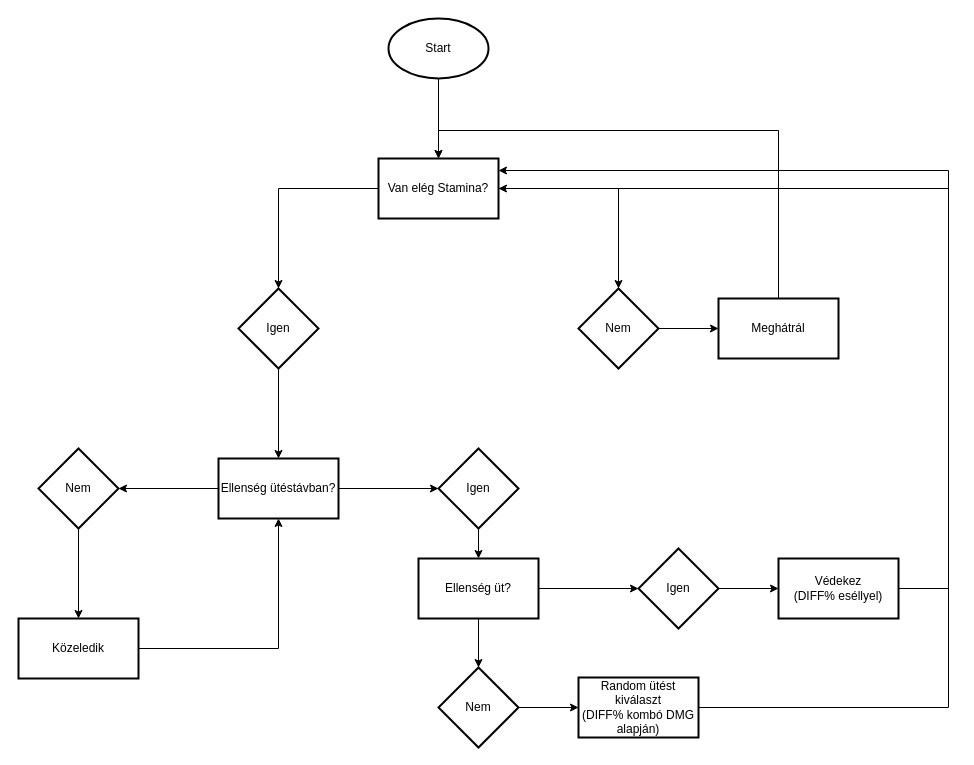
Before: page "AI Behaviour" (2 of 2) of UML.drawio in FuvaKumi/ComboCombat-Reworked, a draw.io diagram. Source tidied: cells renumbered, new cells numbered last; positions are measured from the earlier drawing's top-left corner, leaving out a move shared by most shapes. Both pictures are drawn from the tidied source at 100%, with x=0, y=0 at pixel (18, 18).
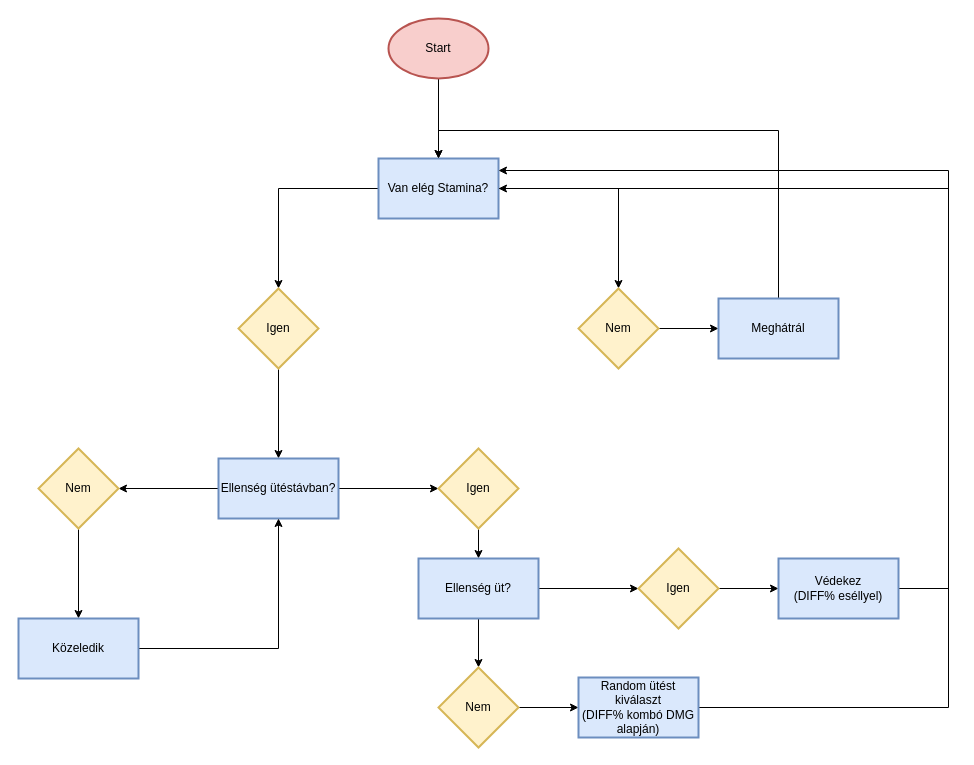
Above is the later version.

Commit message:
UML.drawio - AI behaviour színezés

What changed in the source:
```diff
@@
-    <mxCell id="3" value="Start" style="strokeWidth=2;html=1;shape=mxgraph.flowchart.start_1;whiteSpace=wrap;" parent="1" vertex="1">
+    <mxCell id="3" value="Start" style="strokeWidth=2;html=1;shape=mxgraph.flowchart.start_1;whiteSpace=wrap;fillColor=#f8cecc;strokeColor=#b85450;" parent="1" vertex="1">
       <mxGeometry x="370" width="100" height="60" as="geometry" />
     </mxCell>
@@
-    <mxCell id="6" value="Van elég Stamina?" style="whiteSpace=wrap;html=1;strokeWidth=2;" parent="1" vertex="1">
+    <mxCell id="6" value="Van elég Stamina?" style="whiteSpace=wrap;html=1;strokeWidth=2;fillColor=#dae8fc;strokeColor=#6c8ebf;" parent="1" vertex="1">
       <mxGeometry x="360" y="140" width="120" height="60" as="geometry" />
     </mxCell>
@@
-    <mxCell id="8" value="Igen" style="rhombus;whiteSpace=wrap;html=1;strokeWidth=2;" parent="1" vertex="1">
+    <mxCell id="8" value="Igen" style="rhombus;whiteSpace=wrap;html=1;strokeWidth=2;fillColor=#fff2cc;strokeColor=#d6b656;" parent="1" vertex="1">
       <mxGeometry x="220" y="270" width="80" height="80" as="geometry" />
     </mxCell>
@@
-    <mxCell id="10" value="Nem" style="rhombus;whiteSpace=wrap;html=1;strokeWidth=2;" parent="1" vertex="1">
+    <mxCell id="10" value="Nem" style="rhombus;whiteSpace=wrap;html=1;strokeWidth=2;fillColor=#fff2cc;strokeColor=#d6b656;" parent="1" vertex="1">
       <mxGeometry x="560" y="270" width="80" height="80" as="geometry" />
     </mxCell>
@@
-    <mxCell id="12" value="Meghátrál" style="whiteSpace=wrap;html=1;strokeWidth=2;" parent="1" vertex="1">
+    <mxCell id="12" value="Meghátrál" style="whiteSpace=wrap;html=1;strokeWidth=2;fillColor=#dae8fc;strokeColor=#6c8ebf;" parent="1" vertex="1">
       <mxGeometry x="700" y="280" width="120" height="60" as="geometry" />
     </mxCell>
@@
-    <mxCell id="15" value="Ellenség ütéstávban?" style="whiteSpace=wrap;html=1;strokeWidth=2;" parent="1" vertex="1">
+    <mxCell id="15" value="Ellenség ütéstávban?" style="whiteSpace=wrap;html=1;strokeWidth=2;fillColor=#dae8fc;strokeColor=#6c8ebf;" parent="1" vertex="1">
       <mxGeometry x="200" y="440" width="120" height="60" as="geometry" />
     </mxCell>
@@
-    <mxCell id="17" value="Igen" style="rhombus;whiteSpace=wrap;html=1;strokeWidth=2;" parent="1" vertex="1">
+    <mxCell id="17" value="Igen" style="rhombus;whiteSpace=wrap;html=1;strokeWidth=2;fillColor=#fff2cc;strokeColor=#d6b656;" parent="1" vertex="1">
       <mxGeometry x="420" y="430" width="80" height="80" as="geometry" />
     </mxCell>
@@
-    <mxCell id="19" value="Nem" style="rhombus;whiteSpace=wrap;html=1;strokeWidth=2;" parent="1" vertex="1">
+    <mxCell id="19" value="Nem" style="rhombus;whiteSpace=wrap;html=1;strokeWidth=2;fillColor=#fff2cc;strokeColor=#d6b656;" parent="1" vertex="1">
       <mxGeometry x="20" y="430" width="80" height="80" as="geometry" />
     </mxCell>
@@
-    <mxCell id="22" value="Ellenség üt?" style="whiteSpace=wrap;html=1;strokeWidth=2;" parent="1" vertex="1">
+    <mxCell id="22" value="Ellenség üt?" style="whiteSpace=wrap;html=1;strokeWidth=2;fillColor=#dae8fc;strokeColor=#6c8ebf;" parent="1" vertex="1">
       <mxGeometry x="400" y="540" width="120" height="60" as="geometry" />
     </mxCell>
@@
-    <mxCell id="24" value="Közeledik" style="whiteSpace=wrap;html=1;strokeWidth=2;" parent="1" vertex="1">
+    <mxCell id="24" value="Közeledik" style="whiteSpace=wrap;html=1;strokeWidth=2;fillColor=#dae8fc;strokeColor=#6c8ebf;" parent="1" vertex="1">
       <mxGeometry y="600" width="120" height="60" as="geometry" />
     </mxCell>
@@
-    <mxCell id="26" value="Igen" style="rhombus;whiteSpace=wrap;html=1;strokeWidth=2;" parent="1" vertex="1">
+    <mxCell id="26" value="Igen" style="rhombus;whiteSpace=wrap;html=1;strokeWidth=2;fillColor=#fff2cc;strokeColor=#d6b656;" parent="1" vertex="1">
       <mxGeometry x="620" y="530" width="80" height="80" as="geometry" />
     </mxCell>
@@
-    <mxCell id="28" value="Nem" style="rhombus;whiteSpace=wrap;html=1;strokeWidth=2;" parent="1" vertex="1">
+    <mxCell id="28" value="Nem" style="rhombus;whiteSpace=wrap;html=1;strokeWidth=2;fillColor=#fff2cc;strokeColor=#d6b656;" parent="1" vertex="1">
       <mxGeometry x="420" y="649" width="80" height="80" as="geometry" />
     </mxCell>
@@
-    <mxCell id="30" value="Védekez&lt;div&gt;(DIFF% eséllyel)&lt;/div&gt;" style="whiteSpace=wrap;html=1;strokeWidth=2;" parent="1" vertex="1">
+    <mxCell id="30" value="Védekez&lt;div&gt;(DIFF% eséllyel)&lt;/div&gt;" style="whiteSpace=wrap;html=1;strokeWidth=2;fillColor=#dae8fc;strokeColor=#6c8ebf;" parent="1" vertex="1">
       <mxGeometry x="760" y="540" width="120" height="60" as="geometry" />
     </mxCell>
@@
-    <mxCell id="32" value="Random ütést kiválaszt&lt;div&gt;(DIFF% kombó DMG alapján)&lt;/div&gt;" style="whiteSpace=wrap;html=1;strokeWidth=2;" parent="1" vertex="1">
+    <mxCell id="32" value="Random ütést kiválaszt&lt;div&gt;(DIFF% kombó DMG alapján)&lt;/div&gt;" style="whiteSpace=wrap;html=1;strokeWidth=2;fillColor=#dae8fc;strokeColor=#6c8ebf;" parent="1" vertex="1">
       <mxGeometry x="560" y="659" width="120" height="60" as="geometry" />
     </mxCell>
```
